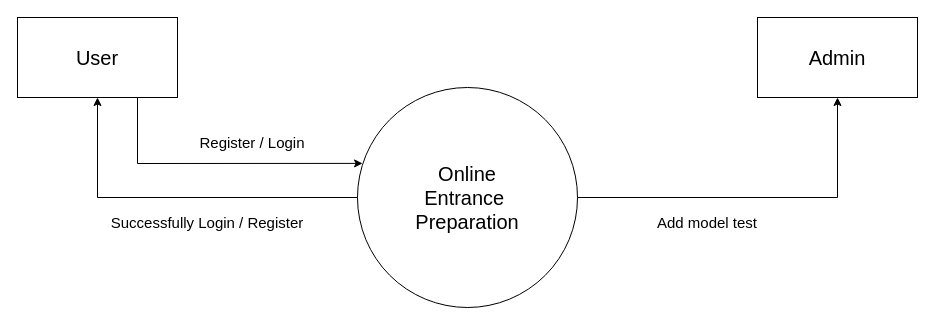
The draw.io diagram static/Project Diagram/DFD - Level 0.drawio in sainisoftravi/online_entrance, before the edit. Source tidied: cells renumbered, new cells numbered last; positions are measured from the earlier drawing's top-left corner, leaving out a move shared by most shapes. Both pictures are drawn from the tidied source at 100%, with x=0, y=0 at pixel (17, 17).
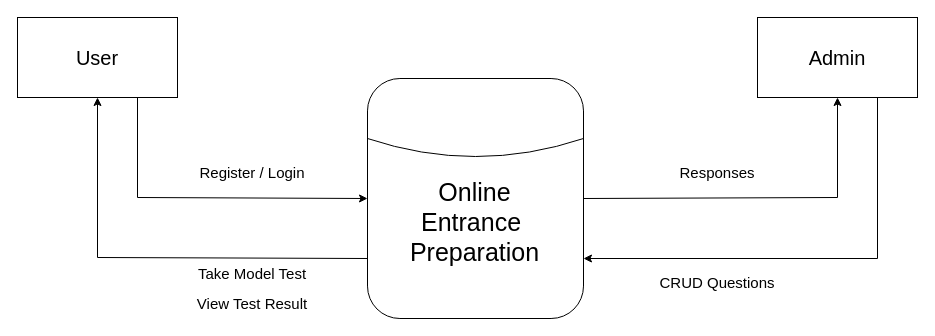
Above is the later version.

Unchanged cells that the change refers to:
```xml
<mxCell id="3" value="&lt;font style=&quot;font-size: 20px;&quot;&gt;User&lt;/font&gt;" style="rounded=0;whiteSpace=wrap;html=1;" parent="1" vertex="1">
  <mxGeometry width="160" height="80" as="geometry" />
</mxCell>
<mxCell id="4" value="&lt;font style=&quot;font-size: 20px;&quot;&gt;Admin&lt;/font&gt;" style="rounded=0;whiteSpace=wrap;html=1;" parent="1" vertex="1">
  <mxGeometry x="740" width="160" height="80" as="geometry" />
</mxCell>
```

Change to the diagram source:
```diff
@@
-    <mxCell id="2" value="&lt;font style=&quot;font-size: 20px;&quot;&gt;Online&lt;br&gt;Entrance&amp;nbsp;&lt;br&gt;Preparation&lt;/font&gt;" style="ellipse;whiteSpace=wrap;html=1;" parent="1" vertex="1">
-      <mxGeometry x="340" y="70" width="220" height="220" as="geometry" />
-    </mxCell>
@@
-    <mxCell id="5" style="endArrow=classic;html=1;rounded=0;entryX=0.5;entryY=1;entryDx=0;entryDy=0;exitX=0;exitY=0.5;exitDx=0;exitDy=0;" parent="1" edge="1" source="2" target="3">
+    <mxCell id="5" style="endArrow=classic;html=1;rounded=0;entryX=0.5;entryY=1;entryDx=0;entryDy=0;exitX=0;exitY=0.75;exitDx=0;exitDy=0;" parent="1" edge="1" source="12" target="3">
       <mxGeometry relative="1" as="geometry">
         <Array as="points">
-          <mxPoint x="80" y="180" />
+          <mxPoint x="80" y="240" />
         </Array>
       </mxGeometry>
     </mxCell>
-    <mxCell id="6" style="endArrow=classic;html=1;rounded=0;entryX=0.5;entryY=1;entryDx=0;entryDy=0;exitX=1;exitY=0.5;exitDx=0;exitDy=0;" parent="1" edge="1" source="2" target="4">
+    <mxCell id="6" style="endArrow=classic;html=1;rounded=0;entryX=0.5;entryY=1;entryDx=0;entryDy=0;exitX=1;exitY=0.5;exitDx=0;exitDy=0;" parent="1" edge="1" source="12" target="4">
       <mxGeometry relative="1" as="geometry">
         <Array as="points">
           <mxPoint x="820" y="180" />
         </Array>
       </mxGeometry>
     </mxCell>
-    <mxCell id="7" style="endArrow=classic;html=1;rounded=0;exitX=0.75;exitY=1;exitDx=0;exitDy=0;entryX=0.023;entryY=0.345;entryDx=0;entryDy=0;entryPerimeter=0;" parent="1" edge="1" source="3" target="2">
+    <mxCell id="7" style="endArrow=classic;html=1;rounded=0;exitX=0.75;exitY=1;exitDx=0;exitDy=0;entryX=0;entryY=0.5;entryDx=0;entryDy=0;" parent="1" edge="1" source="3" target="12">
       <mxGeometry relative="1" as="geometry">
         <Array as="points">
-          <mxPoint x="120" y="146" />
+          <mxPoint x="120" y="180" />
         </Array>
       </mxGeometry>
     </mxCell>
     <mxCell id="8" value="&lt;font style=&quot;font-size: 15px;&quot;&gt;Register / Login&lt;/font&gt;" style="text;html=1;strokeColor=none;fillColor=none;align=center;verticalAlign=middle;whiteSpace=wrap;rounded=0;" parent="1" vertex="1">
-      <mxGeometry x="180" y="110" width="110" height="30" as="geometry" />
+      <mxGeometry x="180" y="140" width="110" height="30" as="geometry" />
     </mxCell>
-    <mxCell id="9" value="&lt;font style=&quot;font-size: 15px;&quot;&gt;Successfully Login / Register&lt;/font&gt;" style="text;html=1;strokeColor=none;fillColor=none;align=center;verticalAlign=middle;whiteSpace=wrap;rounded=0;" parent="1" vertex="1">
-      <mxGeometry x="90" y="190" width="200" height="30" as="geometry" />
+    <mxCell id="9" value="&lt;font style=&quot;font-size: 15px;&quot;&gt;View Test Result&lt;/font&gt;" style="text;html=1;strokeColor=none;fillColor=none;align=center;verticalAlign=middle;whiteSpace=wrap;rounded=0;" parent="1" vertex="1">
+      <mxGeometry x="135" y="271" width="200" height="30" as="geometry" />
     </mxCell>
-    <mxCell id="10" value="&lt;font style=&quot;font-size: 15px;&quot;&gt;Add model test&lt;/font&gt;" style="text;html=1;strokeColor=none;fillColor=none;align=center;verticalAlign=middle;whiteSpace=wrap;rounded=0;" parent="1" vertex="1">
-      <mxGeometry x="590" y="190" width="200" height="30" as="geometry" />
+    <mxCell id="10" value="&lt;span style=&quot;font-size: 15px;&quot;&gt;CRUD Questions&lt;/span&gt;" style="text;html=1;strokeColor=none;fillColor=none;align=center;verticalAlign=middle;whiteSpace=wrap;rounded=0;" parent="1" vertex="1">
+      <mxGeometry x="600" y="250" width="200" height="30" as="geometry" />
     </mxCell>
+    <mxCell id="11" style="group;" parent="1" vertex="1">
+      <mxGeometry x="350" y="61" width="216" height="240" as="geometry" />
+    </mxCell>
+    <mxCell id="12" style="rounded=1;whiteSpace=wrap;html=1;" parent="11" vertex="1">
+      <mxGeometry width="216" height="240" as="geometry" />
+    </mxCell>
+    <mxCell id="13" style="endArrow=none;html=1;exitX=0;exitY=0.25;exitDx=0;exitDy=0;entryX=1;entryY=0.25;entryDx=0;entryDy=0;curved=1;" parent="11" edge="1" source="12" target="12">
+      <mxGeometry relative="1" as="geometry">
+        <Array as="points">
+          <mxPoint x="108" y="96" />
+        </Array>
+      </mxGeometry>
+    </mxCell>
+    <mxCell id="2" value="&lt;font style=&quot;font-size: 25px;&quot;&gt;Online&lt;br style=&quot;border-color: var(--border-color);&quot;&gt;Entrance&amp;nbsp;&lt;br style=&quot;border-color: var(--border-color);&quot;&gt;Preparation&lt;/font&gt;" style="text;html=1;strokeColor=none;fillColor=none;align=center;verticalAlign=middle;whiteSpace=wrap;rounded=0;" parent="11" vertex="1">
+      <mxGeometry x="22.3" y="125.7" width="171.4" height="34.3" as="geometry" />
+    </mxCell>
+    <mxCell id="14" value="&lt;font style=&quot;font-size: 15px;&quot;&gt;Take Model Test&lt;/font&gt;" style="text;html=1;strokeColor=none;fillColor=none;align=center;verticalAlign=middle;whiteSpace=wrap;rounded=0;" parent="1" vertex="1">
+      <mxGeometry x="135" y="241" width="200" height="30" as="geometry" />
+    </mxCell>
+    <mxCell id="15" style="endArrow=classic;html=1;rounded=0;entryX=1;entryY=0.75;entryDx=0;entryDy=0;exitX=0.75;exitY=1;exitDx=0;exitDy=0;" parent="1" edge="1" source="4" target="12">
+      <mxGeometry relative="1" as="geometry">
+        <Array as="points">
+          <mxPoint x="860" y="241" />
+        </Array>
+      </mxGeometry>
+    </mxCell>
+    <mxCell id="16" value="&lt;span style=&quot;font-size: 15px;&quot;&gt;Responses&lt;/span&gt;" style="text;html=1;strokeColor=none;fillColor=none;align=center;verticalAlign=middle;whiteSpace=wrap;rounded=0;" parent="1" vertex="1">
+      <mxGeometry x="600" y="140" width="200" height="30" as="geometry" />
+    </mxCell>
```
